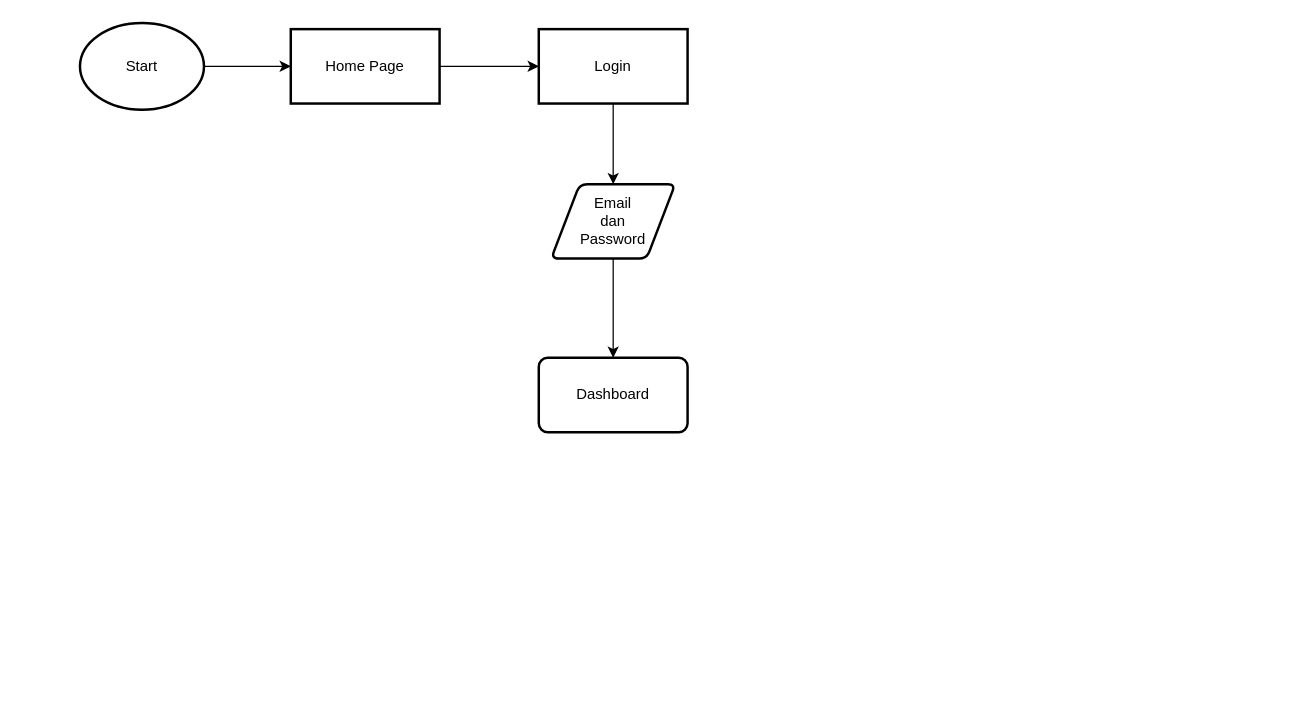
Earlier version of the draw.io diagram page "admin" (1 of 2) of Untitled Diagram.drawio (GibransLF/minprokrs). Source tidied: cells renumbered, new cells numbered last; positions are measured from the earlier drawing's top-left corner, leaving out a move shared by most shapes. Both pictures are drawn from the tidied source at 124%, with x=0, y=0 at pixel (79, 22).
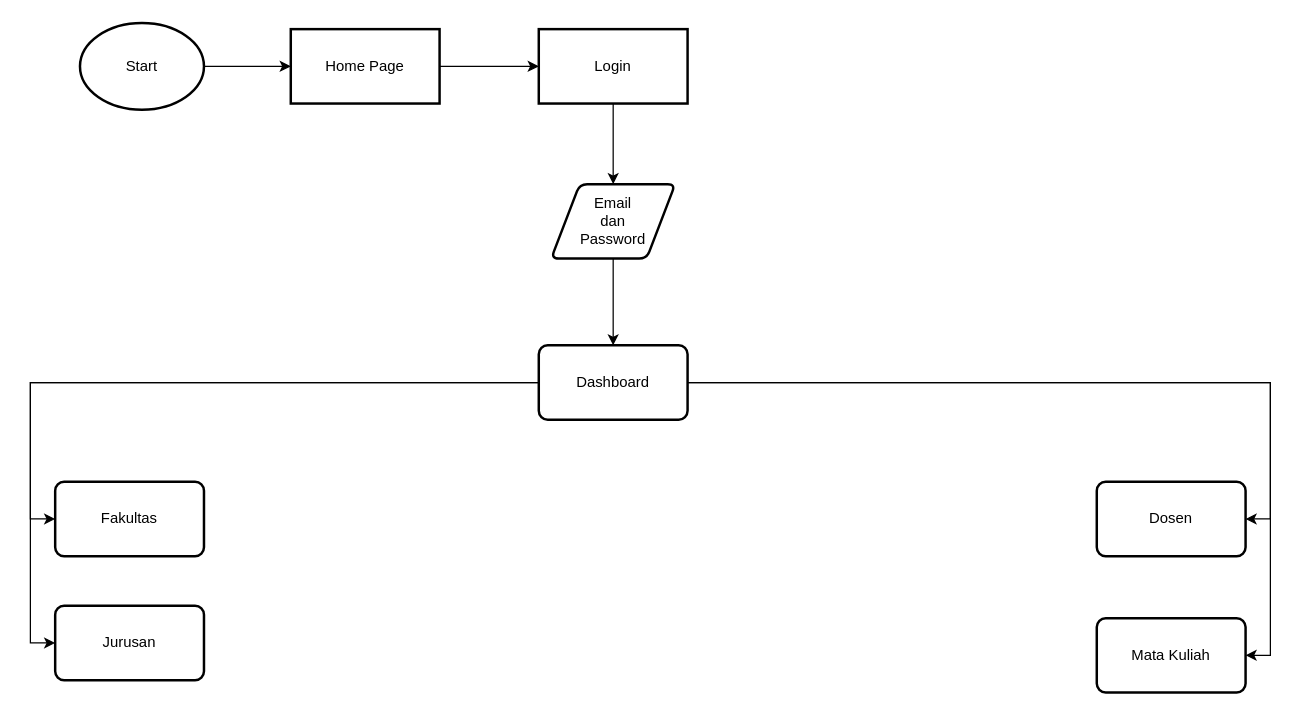
The same diagram, later.

The edit, as a diff of the source:
```diff
@@
+    <mxCell id="11" style="edgeStyle=orthogonalEdgeStyle;rounded=0;jettySize=auto;html=1;entryX=0;entryY=0.5;entryDx=0;entryDy=0;" parent="1" edge="1" source="10" target="15">
+      <mxGeometry relative="1" as="geometry" />
+    </mxCell>
+    <mxCell id="12" style="edgeStyle=orthogonalEdgeStyle;rounded=0;jettySize=auto;html=1;entryX=0;entryY=0.5;entryDx=0;entryDy=0;" parent="1" edge="1" source="10" target="16">
+      <mxGeometry relative="1" as="geometry" />
+    </mxCell>
+    <mxCell id="13" style="edgeStyle=orthogonalEdgeStyle;rounded=0;jettySize=auto;html=1;entryX=1;entryY=0.5;entryDx=0;entryDy=0;" parent="1" edge="1" source="10" target="17">
+      <mxGeometry relative="1" as="geometry">
+        <Array as="points">
+          <mxPoint x="960" y="290" />
+          <mxPoint x="960" y="400" />
+        </Array>
+      </mxGeometry>
+    </mxCell>
+    <mxCell id="14" style="edgeStyle=orthogonalEdgeStyle;rounded=0;jettySize=auto;html=1;entryX=1;entryY=0.5;entryDx=0;entryDy=0;" parent="1" edge="1" source="10" target="18">
+      <mxGeometry relative="1" as="geometry" />
+    </mxCell>
     <mxCell id="10" value="Dashboard" style="whiteSpace=wrap;html=1;strokeWidth=2;rounded=1;arcSize=12;" parent="1" vertex="1">
-      <mxGeometry x="370" y="270" width="120" height="60" as="geometry" />
+      <mxGeometry x="370" y="260" width="120" height="60" as="geometry" />
     </mxCell>
+    <mxCell id="15" value="Fakultas" style="whiteSpace=wrap;html=1;strokeWidth=2;rounded=1;arcSize=12;" parent="1" vertex="1">
+      <mxGeometry x="-20" y="370" width="120" height="60" as="geometry" />
+    </mxCell>
+    <mxCell id="16" value="Jurusan" style="whiteSpace=wrap;html=1;strokeWidth=2;rounded=1;arcSize=12;" parent="1" vertex="1">
+      <mxGeometry x="-20" y="470" width="120" height="60" as="geometry" />
+    </mxCell>
+    <mxCell id="17" value="Dosen" style="whiteSpace=wrap;html=1;strokeWidth=2;rounded=1;arcSize=12;" parent="1" vertex="1">
+      <mxGeometry x="820" y="370" width="120" height="60" as="geometry" />
+    </mxCell>
+    <mxCell id="18" value="Mata Kuliah" style="whiteSpace=wrap;html=1;strokeWidth=2;rounded=1;arcSize=12;" parent="1" vertex="1">
+      <mxGeometry x="820" y="480" width="120" height="60" as="geometry" />
+    </mxCell>
```
